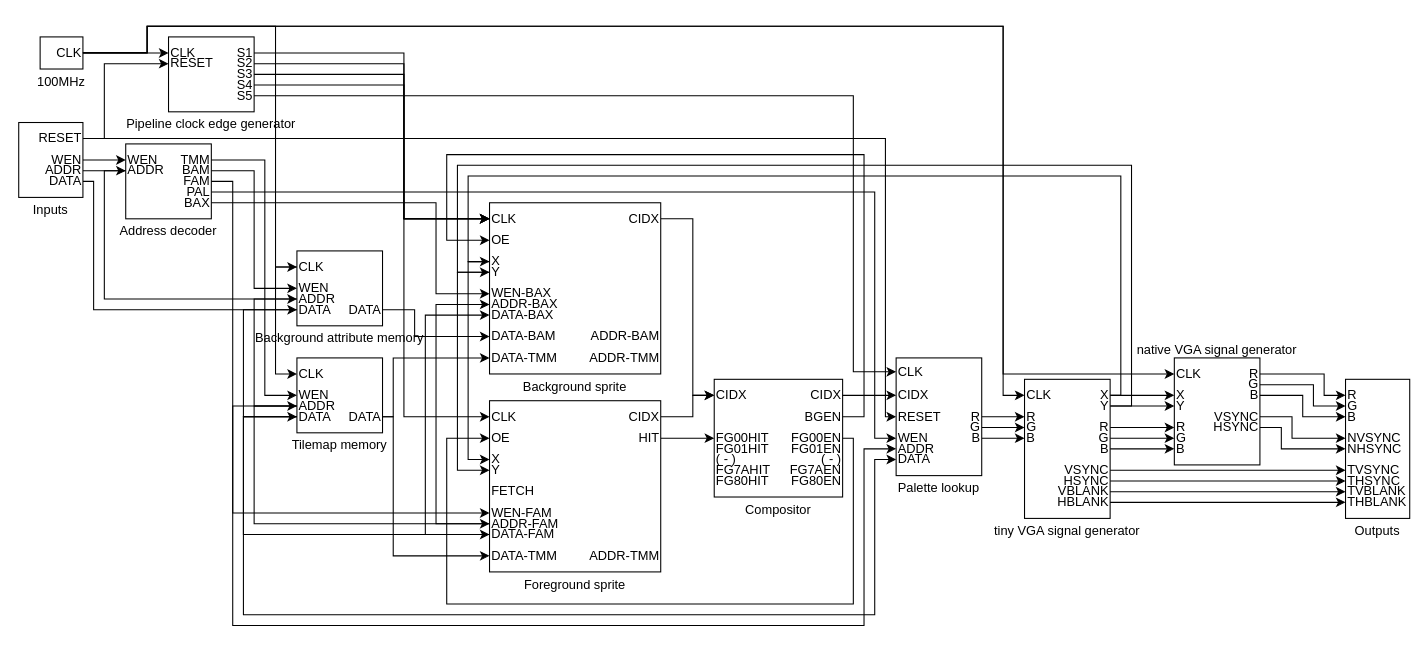
This is page "level-3" (3 of 3) of docs/ppu.drawio from lonkaars/avans-arcade, a draw.io file, before an edit. Source tidied: cells renumbered, new cells numbered last; positions are measured from the earlier drawing's top-left corner, leaving out a move shared by most shapes. Both pictures are drawn from the tidied source at 107%, with x=0, y=0 at pixel (18, 26).
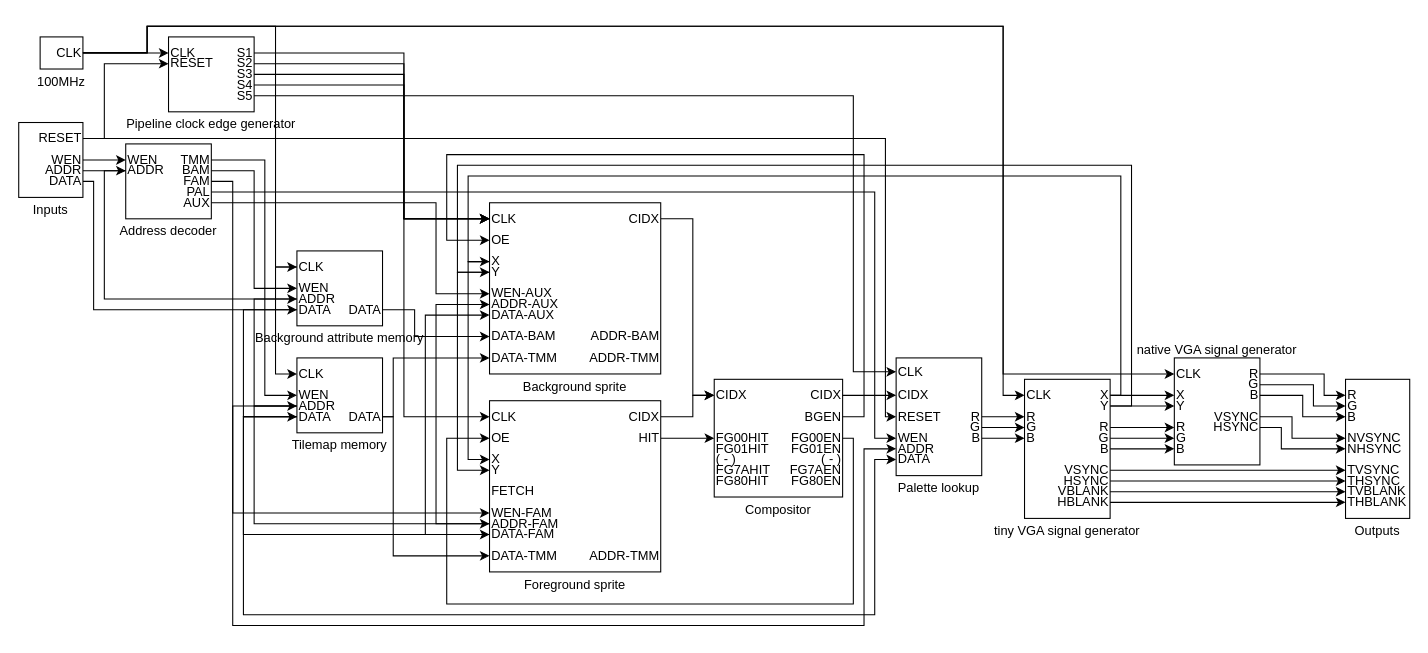
Above is the later version.

The change refers to these unchanged cells:
```xml
<mxCell id="29" style="group;" parent="24" vertex="1">
  <mxGeometry x="80" y="10" height="50" as="geometry" />
</mxCell>
<mxCell id="107" style="group;spacingRight=-70;" parent="103" vertex="1">
  <mxGeometry y="80" height="30" as="geometry" />
</mxCell>
```

Diff of the diagram source:
```diff
@@
-    <mxCell id="30" value="BAX" style="text;html=1;strokeColor=none;fillColor=none;align=right;verticalAlign=middle;whiteSpace=wrap;rounded=0;spacing=0;spacingRight=2;" parent="29" vertex="1">
+    <mxCell id="30" value="AUX" style="text;html=1;strokeColor=none;fillColor=none;align=right;verticalAlign=middle;whiteSpace=wrap;rounded=0;spacing=0;spacingRight=2;" parent="29" vertex="1">
       <mxGeometry y="40" height="10" as="geometry" />
     </mxCell>
@@
-    <mxCell id="108" value="WEN-BAX" style="text;html=1;strokeColor=none;fillColor=none;align=left;verticalAlign=middle;whiteSpace=wrap;rounded=0;spacing=0;spacingRight=-70;spacingLeft=2;" parent="107" vertex="1">
+    <mxCell id="108" value="WEN-AUX" style="text;html=1;strokeColor=none;fillColor=none;align=left;verticalAlign=middle;whiteSpace=wrap;rounded=0;spacing=0;spacingRight=-70;spacingLeft=2;" parent="107" vertex="1">
       <mxGeometry height="10" as="geometry" />
     </mxCell>
-    <mxCell id="109" value="ADDR-BAX" style="text;html=1;strokeColor=none;fillColor=none;align=left;verticalAlign=middle;whiteSpace=wrap;rounded=0;spacing=0;spacingRight=-70;spacingLeft=2;" parent="107" vertex="1">
+    <mxCell id="109" value="ADDR-AUX" style="text;html=1;strokeColor=none;fillColor=none;align=left;verticalAlign=middle;whiteSpace=wrap;rounded=0;spacing=0;spacingRight=-70;spacingLeft=2;" parent="107" vertex="1">
       <mxGeometry y="10" height="10" as="geometry" />
     </mxCell>
-    <mxCell id="110" value="DATA-BAX" style="text;html=1;strokeColor=none;fillColor=none;align=left;verticalAlign=middle;whiteSpace=wrap;rounded=0;spacing=0;spacingRight=-70;spacingLeft=2;" parent="107" vertex="1">
+    <mxCell id="110" value="DATA-AUX" style="text;html=1;strokeColor=none;fillColor=none;align=left;verticalAlign=middle;whiteSpace=wrap;rounded=0;spacing=0;spacingRight=-70;spacingLeft=2;" parent="107" vertex="1">
       <mxGeometry y="20" height="10" as="geometry" />
     </mxCell>
```
